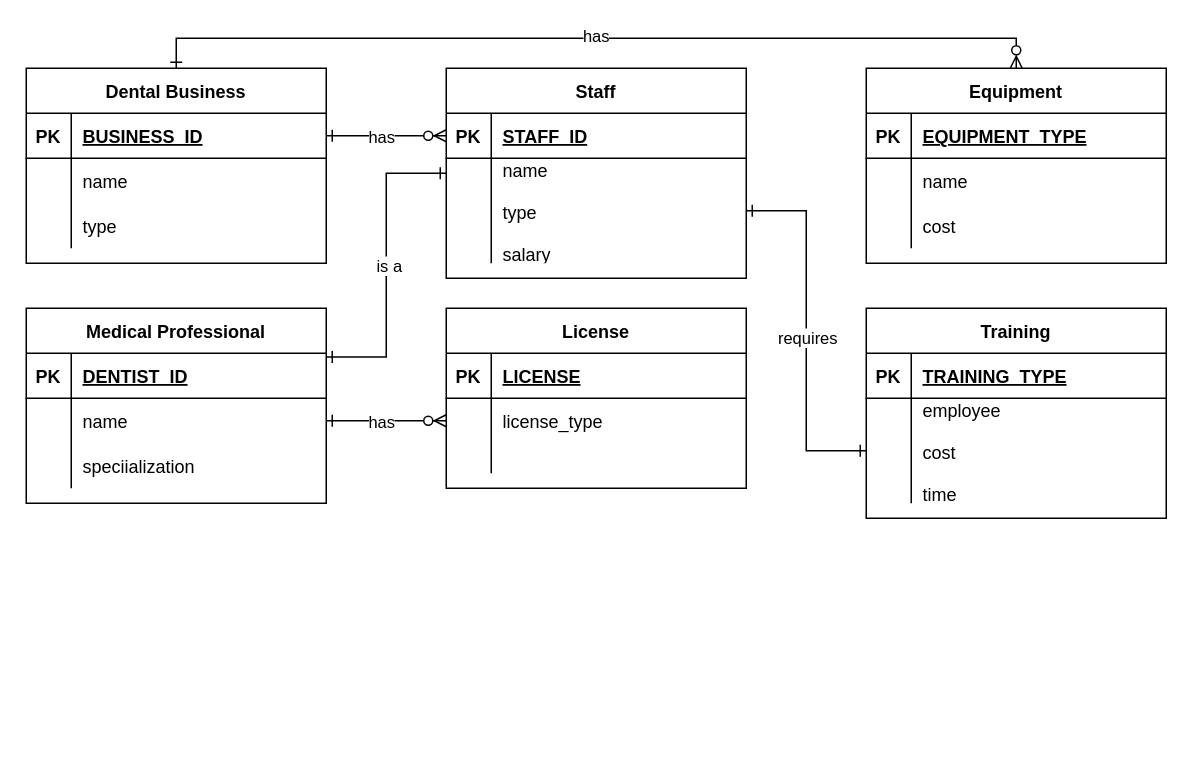
Before: hw1.drawio in khiro-ptera/cs585, a draw.io diagram. Source tidied: cells renumbered, new cells numbered last; positions are measured from the earlier drawing's top-left corner, leaving out a move shared by most shapes. Both pictures are drawn from the tidied source at 150%, with x=0, y=0 at pixel (26, 68).
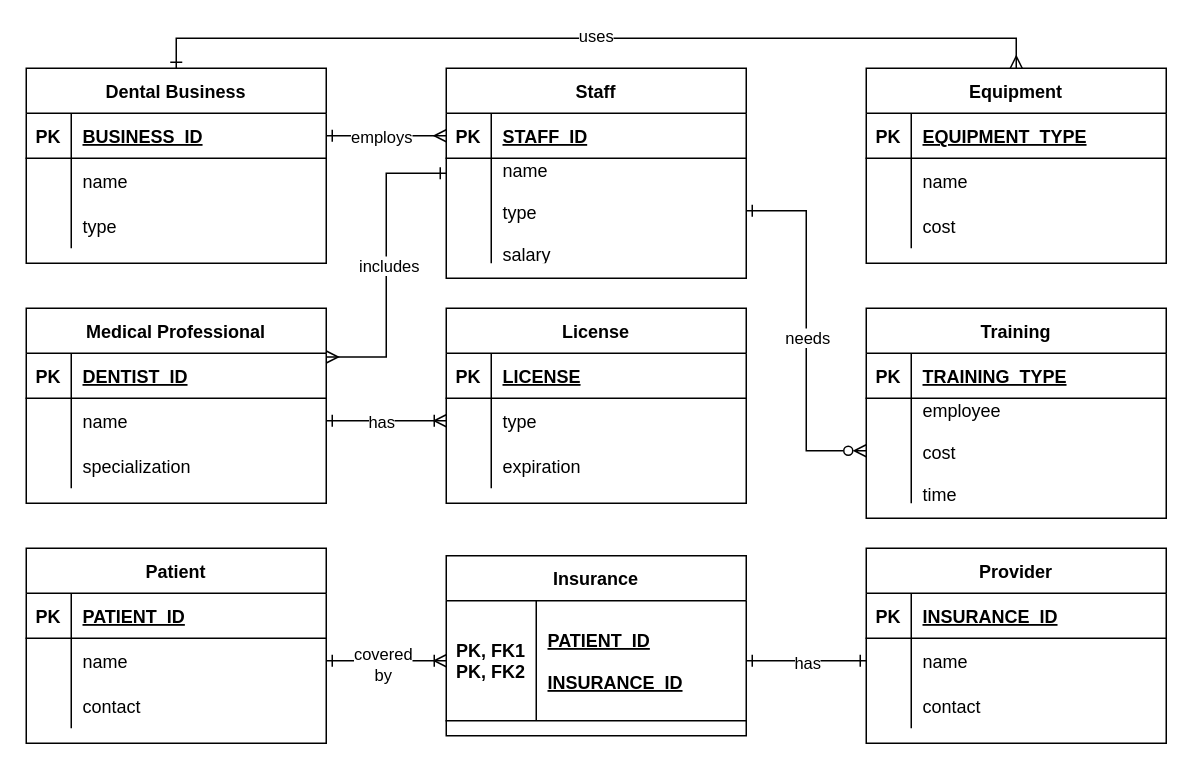
After the change.

Unchanged cells that the change refers to:
```xml
<mxCell id="8" value="Staff" style="shape=table;startSize=30;childLayout=tableLayout;rowLines=0;fontStyle=1;align=center;" parent="1" vertex="1">
  <mxGeometry x="280" width="200" height="140" as="geometry" />
</mxCell>
<mxCell id="9" style="shape=partialRectangle;fillColor=none;points=[[0,0.5],[1,0.5]];portConstraint=eastwest;top=0;left=0;right=0;bottom=1;" parent="8" vertex="1">
  <mxGeometry y="30" width="200" height="30" as="geometry" />
</mxCell>
<mxCell id="12" style="shape=partialRectangle;fillColor=none;points=[[0,0.5],[1,0.5]];portConstraint=eastwest;top=0;left=0;right=0;bottom=0;" parent="8" vertex="1">
  <mxGeometry y="60" width="200" height="70" as="geometry" />
</mxCell>
<mxCell id="19" style="shape=partialRectangle;fillColor=none;points=[[0,0.5],[1,0.5]];portConstraint=eastwest;top=0;left=0;right=0;bottom=0;" parent="15" vertex="1">
  <mxGeometry y="60" width="200" height="30" as="geometry" />
</mxCell>
<mxCell id="27" value="Dental Business" style="shape=table;startSize=30;childLayout=tableLayout;rowLines=0;fontStyle=1;align=center;" parent="1" vertex="1">
  <mxGeometry width="200" height="130" as="geometry" />
</mxCell>
<mxCell id="28" style="shape=partialRectangle;fillColor=none;points=[[0,0.5],[1,0.5]];portConstraint=eastwest;top=0;left=0;right=0;bottom=1;" parent="27" vertex="1">
  <mxGeometry y="30" width="200" height="30" as="geometry" />
</mxCell>
<mxCell id="37" value="Medical Professional" style="shape=table;startSize=30;childLayout=tableLayout;rowLines=0;fontStyle=1;align=center;" parent="1" vertex="1">
  <mxGeometry y="160" width="200" height="130" as="geometry" />
</mxCell>
<mxCell id="41" style="shape=partialRectangle;fillColor=none;points=[[0,0.5],[1,0.5]];portConstraint=eastwest;top=0;left=0;right=0;bottom=0;" parent="37" vertex="1">
  <mxGeometry y="60" width="200" height="30" as="geometry" />
</mxCell>
<mxCell id="44" style="shape=partialRectangle;fillColor=none;top=0;left=0;right=0;bottom=0;" parent="37" vertex="1">
  <mxGeometry y="90" width="200" height="30" as="geometry" />
</mxCell>
<mxCell id="48" value="Equipment" style="shape=table;startSize=30;childLayout=tableLayout;rowLines=0;fontStyle=1;align=center;" parent="1" vertex="1">
  <mxGeometry x="560" width="200" height="130" as="geometry" />
</mxCell>
<mxCell id="62" style="shape=partialRectangle;fillColor=none;points=[[0,0.5],[1,0.5]];portConstraint=eastwest;top=0;left=0;right=0;bottom=0;" parent="58" vertex="1">
  <mxGeometry y="60" width="200" height="70" as="geometry" />
</mxCell>
```

What changed in the source:
```diff
@@
-    <mxCell id="2" style="edgeStyle=entityRelationEdgeStyle;endArrow=ERzeroToMany;startArrow=ERone;endFill=1;startFill=0;entryX=0;entryY=0.5;entryDx=0;entryDy=0;" parent="1" edge="1" source="28" target="9">
+    <mxCell id="2" style="edgeStyle=entityRelationEdgeStyle;endArrow=ERmany;startArrow=ERone;endFill=0;startFill=0;entryX=0;entryY=0.5;entryDx=0;entryDy=0;" parent="1" edge="1" source="28" target="9">
       <mxGeometry relative="1" as="geometry" />
     </mxCell>
-    <mxCell id="3" value="has" style="edgeLabel;html=1;align=center;verticalAlign=middle;" parent="2" vertex="1">
+    <mxCell id="3" value="employs" style="edgeLabel;html=1;align=center;verticalAlign=middle;" parent="2" vertex="1">
       <mxGeometry x="-0.07" relative="1" as="geometry">
         <mxPoint x="-1" as="offset" />
       </mxGeometry>
     </mxCell>
-    <mxCell id="4" style="edgeStyle=entityRelationEdgeStyle;endArrow=ERzeroToMany;startArrow=ERone;endFill=1;startFill=0;entryX=0;entryY=0.5;entryDx=0;entryDy=0;exitX=1;exitY=0.5;exitDx=0;exitDy=0;" parent="1" edge="1" source="41" target="19">
+    <mxCell id="4" style="edgeStyle=entityRelationEdgeStyle;endArrow=ERoneToMany;startArrow=ERone;endFill=0;startFill=0;entryX=0;entryY=0.5;entryDx=0;entryDy=0;exitX=1;exitY=0.5;exitDx=0;exitDy=0;" parent="1" edge="1" source="41" target="19">
       <mxGeometry relative="1" as="geometry" />
     </mxCell>
@@
-    <mxCell id="6" style="edgeStyle=orthogonalEdgeStyle;rounded=0;jettySize=auto;html=1;entryX=1;entryY=0.25;entryDx=0;entryDy=0;endArrow=ERone;endFill=0;startArrow=ERone;startFill=0;" parent="1" edge="1" source="8" target="37">
+    <mxCell id="6" style="edgeStyle=orthogonalEdgeStyle;rounded=0;jettySize=auto;html=1;entryX=1;entryY=0.25;entryDx=0;entryDy=0;endArrow=ERmany;endFill=0;startArrow=ERone;startFill=0;" parent="1" edge="1" source="8" target="37">
       <mxGeometry relative="1" as="geometry" />
     </mxCell>
-    <mxCell id="7" value="is a" style="edgeLabel;html=1;align=center;verticalAlign=middle;" parent="6" vertex="1">
+    <mxCell id="7" value="includes" style="edgeLabel;html=1;align=center;verticalAlign=middle;" parent="6" vertex="1">
       <mxGeometry x="0.25" y="1" relative="1" as="geometry">
         <mxPoint y="-26" as="offset" />
       </mxGeometry>
     </mxCell>
@@
     <mxCell id="15" value="License" style="shape=table;startSize=30;childLayout=tableLayout;rowLines=0;fontStyle=1;align=center;" parent="1" vertex="1">
-      <mxGeometry x="280" y="160" width="200" height="120" as="geometry" />
+      <mxGeometry x="280" y="160" width="200" height="130" as="geometry" />
     </mxCell>
@@
-    <mxCell id="21" value="license_type" style="shape=partialRectangle;overflow=hidden;fillColor=none;top=0;left=0;bottom=0;right=0;align=left;spacingLeft=6;" parent="19" vertex="1">
+    <mxCell id="21" value="type" style="shape=partialRectangle;overflow=hidden;fillColor=none;top=0;left=0;bottom=0;right=0;align=left;spacingLeft=6;" parent="19" vertex="1">
       <mxGeometry x="30" width="170" height="30" as="geometry" />
     </mxCell>
     <mxCell id="22" style="shape=partialRectangle;fillColor=none;top=0;left=0;right=0;bottom=0;" parent="15" vertex="1">
-      <mxGeometry y="90" width="200" height="20" as="geometry" />
+      <mxGeometry y="90" width="200" height="30" as="geometry" />
     </mxCell>
     <mxCell id="23" style="shape=partialRectangle;overflow=hidden;fillColor=none;top=0;left=0;bottom=0;right=0;" parent="22" vertex="1">
-      <mxGeometry width="30" height="20" as="geometry" />
+      <mxGeometry width="30" height="30" as="geometry" />
     </mxCell>
-    <mxCell id="24" style="shape=partialRectangle;overflow=hidden;fillColor=none;top=0;left=0;bottom=0;right=0;align=left;spacingLeft=6;" parent="22" vertex="1">
-      <mxGeometry x="30" width="170" height="20" as="geometry" />
+    <mxCell id="24" value="expiration" style="shape=partialRectangle;overflow=hidden;fillColor=none;top=0;left=0;bottom=0;right=0;align=left;spacingLeft=6;" parent="22" vertex="1">
+      <mxGeometry x="30" width="170" height="30" as="geometry" />
     </mxCell>
-    <mxCell id="25" style="edgeStyle=orthogonalEdgeStyle;rounded=0;jettySize=auto;html=1;exitX=0.5;exitY=0;exitDx=0;exitDy=0;entryX=0.5;entryY=0;entryDx=0;entryDy=0;endArrow=ERzeroToMany;endFill=0;startArrow=ERone;startFill=0;" parent="1" edge="1" source="27" target="48">
+    <mxCell id="25" style="edgeStyle=orthogonalEdgeStyle;rounded=0;jettySize=auto;html=1;exitX=0.5;exitY=0;exitDx=0;exitDy=0;entryX=0.5;entryY=0;entryDx=0;entryDy=0;endArrow=ERmany;endFill=0;startArrow=ERone;startFill=0;" parent="1" edge="1" source="27" target="48">
       <mxGeometry relative="1" as="geometry" />
     </mxCell>
-    <mxCell id="26" value="has" style="edgeLabel;html=1;align=center;verticalAlign=middle;" parent="25" vertex="1">
+    <mxCell id="26" value="uses" style="edgeLabel;html=1;align=center;verticalAlign=middle;" parent="25" vertex="1">
       <mxGeometry x="-0.08" y="2" relative="1" as="geometry">
         <mxPoint x="23" as="offset" />
       </mxGeometry>
     </mxCell>
@@
-    <mxCell id="46" value="speciialization" style="shape=partialRectangle;overflow=hidden;fillColor=none;top=0;left=0;bottom=0;right=0;align=left;spacingLeft=6;" parent="44" vertex="1">
+    <mxCell id="46" value="specialization" style="shape=partialRectangle;overflow=hidden;fillColor=none;top=0;left=0;bottom=0;right=0;align=left;spacingLeft=6;" parent="44" vertex="1">
       <mxGeometry x="30" width="170" height="30" as="geometry" />
     </mxCell>
@@
-    <mxCell id="65" style="edgeStyle=orthogonalEdgeStyle;rounded=0;jettySize=auto;html=1;exitX=1;exitY=0.5;exitDx=0;exitDy=0;entryX=0;entryY=0.5;entryDx=0;entryDy=0;endArrow=ERone;endFill=0;startArrow=ERone;startFill=0;" parent="1" edge="1" source="12" target="62">
+    <mxCell id="65" style="edgeStyle=orthogonalEdgeStyle;rounded=0;jettySize=auto;html=1;exitX=1;exitY=0.5;exitDx=0;exitDy=0;entryX=0;entryY=0.5;entryDx=0;entryDy=0;endArrow=ERzeroToMany;endFill=0;startArrow=ERone;startFill=0;" parent="1" edge="1" source="12" target="62">
       <mxGeometry relative="1" as="geometry" />
     </mxCell>
-    <mxCell id="66" value="requires" style="edgeLabel;html=1;align=center;verticalAlign=middle;" parent="65" vertex="1">
+    <mxCell id="66" value="needs" style="edgeLabel;html=1;align=center;verticalAlign=middle;" parent="65" vertex="1">
       <mxGeometry x="0.03" relative="1" as="geometry" />
     </mxCell>
+    <mxCell id="67" value="Patient" style="shape=table;startSize=30;childLayout=tableLayout;rowLines=0;fontStyle=1;align=center;" parent="1" vertex="1">
+      <mxGeometry y="320" width="200" height="130" as="geometry" />
+    </mxCell>
+    <mxCell id="68" style="shape=partialRectangle;fillColor=none;top=0;left=0;right=0;bottom=1;" parent="67" vertex="1">
+      <mxGeometry y="30" width="200" height="30" as="geometry" />
+    </mxCell>
+    <mxCell id="69" value="PK" style="shape=partialRectangle;overflow=hidden;fillColor=none;top=0;left=0;bottom=0;right=0;fontStyle=1;" parent="68" vertex="1">
+      <mxGeometry width="30" height="30" as="geometry" />
+    </mxCell>
+    <mxCell id="70" value="PATIENT_ID" style="shape=partialRectangle;overflow=hidden;fillColor=none;top=0;left=0;bottom=0;right=0;align=left;spacingLeft=6;fontStyle=5;" parent="68" vertex="1">
+      <mxGeometry x="30" width="170" height="30" as="geometry" />
+    </mxCell>
+    <mxCell id="71" style="shape=partialRectangle;fillColor=none;points=[[0,0.5],[1,0.5]];portConstraint=eastwest;top=0;left=0;right=0;bottom=0;" parent="67" vertex="1">
+      <mxGeometry y="60" width="200" height="30" as="geometry" />
+    </mxCell>
+    <mxCell id="72" style="shape=partialRectangle;overflow=hidden;fillColor=none;top=0;left=0;bottom=0;right=0;" parent="71" vertex="1">
+      <mxGeometry width="30" height="30" as="geometry" />
+    </mxCell>
+    <mxCell id="73" value="name" style="shape=partialRectangle;overflow=hidden;fillColor=none;top=0;left=0;bottom=0;right=0;align=left;spacingLeft=6;" parent="71" vertex="1">
+      <mxGeometry x="30" width="170" height="30" as="geometry" />
+    </mxCell>
+    <mxCell id="74" style="shape=partialRectangle;fillColor=none;top=0;left=0;right=0;bottom=0;" parent="67" vertex="1">
+      <mxGeometry y="90" width="200" height="30" as="geometry" />
+    </mxCell>
+    <mxCell id="75" style="shape=partialRectangle;overflow=hidden;fillColor=none;top=0;left=0;bottom=0;right=0;" parent="74" vertex="1">
+      <mxGeometry width="30" height="30" as="geometry" />
+    </mxCell>
+    <mxCell id="76" value="contact" style="shape=partialRectangle;overflow=hidden;fillColor=none;top=0;left=0;bottom=0;right=0;align=left;spacingLeft=6;" parent="74" vertex="1">
+      <mxGeometry x="30" width="170" height="30" as="geometry" />
+    </mxCell>
+    <mxCell id="77" value="Insurance" style="shape=table;startSize=30;childLayout=tableLayout;rowLines=0;fontStyle=1;align=center;" parent="1" vertex="1">
+      <mxGeometry x="280" y="325" width="200" height="120" as="geometry" />
+    </mxCell>
+    <mxCell id="78" style="shape=partialRectangle;fillColor=none;points=[[0,0.5],[1,0.5]];portConstraint=eastwest;top=0;left=0;right=0;bottom=1;" parent="77" vertex="1">
+      <mxGeometry y="30" width="200" height="80" as="geometry" />
+    </mxCell>
+    <mxCell id="79" value="PK, FK1&#10;PK, FK2" style="shape=partialRectangle;overflow=hidden;fillColor=none;top=0;left=0;bottom=0;right=0;fontStyle=1;" parent="78" vertex="1">
+      <mxGeometry width="60" height="80" as="geometry" />
+    </mxCell>
+    <mxCell id="80" value="PATIENT_ID&#10;&#10;INSURANCE_ID" style="shape=partialRectangle;overflow=hidden;fillColor=none;top=0;left=0;bottom=0;right=0;align=left;spacingLeft=6;fontStyle=5;" parent="78" vertex="1">
+      <mxGeometry x="60" width="140" height="80" as="geometry" />
+    </mxCell>
+    <mxCell id="81" style="edgeStyle=orthogonalEdgeStyle;rounded=0;jettySize=auto;html=1;exitX=1;exitY=0.5;exitDx=0;exitDy=0;entryX=0;entryY=0.5;entryDx=0;entryDy=0;endArrow=ERoneToMany;endFill=0;startArrow=ERone;startFill=0;" parent="1" edge="1" source="71" target="78">
+      <mxGeometry relative="1" as="geometry" />
+    </mxCell>
+    <mxCell id="82" value="covered&lt;div&gt;by&lt;/div&gt;" style="edgeLabel;html=1;align=center;verticalAlign=middle;" parent="81" vertex="1">
+      <mxGeometry x="-0.08" y="-2" relative="1" as="geometry" />
+    </mxCell>
+    <mxCell id="83" value="Provider" style="shape=table;startSize=30;childLayout=tableLayout;rowLines=0;fontStyle=1;align=center;" parent="1" vertex="1">
+      <mxGeometry x="560" y="320" width="200" height="130" as="geometry" />
+    </mxCell>
+    <mxCell id="84" style="shape=partialRectangle;fillColor=none;top=0;left=0;right=0;bottom=1;" parent="83" vertex="1">
+      <mxGeometry y="30" width="200" height="30" as="geometry" />
+    </mxCell>
+    <mxCell id="85" value="PK" style="shape=partialRectangle;overflow=hidden;fillColor=none;top=0;left=0;bottom=0;right=0;fontStyle=1;" parent="84" vertex="1">
+      <mxGeometry width="30" height="30" as="geometry" />
+    </mxCell>
+    <mxCell id="86" value="INSURANCE_ID" style="shape=partialRectangle;overflow=hidden;fillColor=none;top=0;left=0;bottom=0;right=0;align=left;spacingLeft=6;fontStyle=5;" parent="84" vertex="1">
+      <mxGeometry x="30" width="170" height="30" as="geometry" />
+    </mxCell>
+    <mxCell id="87" style="shape=partialRectangle;fillColor=none;points=[[0,0.5],[1,0.5]];portConstraint=eastwest;top=0;left=0;right=0;bottom=0;" parent="83" vertex="1">
+      <mxGeometry y="60" width="200" height="30" as="geometry" />
+    </mxCell>
+    <mxCell id="88" style="shape=partialRectangle;overflow=hidden;fillColor=none;top=0;left=0;bottom=0;right=0;" parent="87" vertex="1">
+      <mxGeometry width="30" height="30" as="geometry" />
+    </mxCell>
+    <mxCell id="89" value="name" style="shape=partialRectangle;overflow=hidden;fillColor=none;top=0;left=0;bottom=0;right=0;align=left;spacingLeft=6;" parent="87" vertex="1">
+      <mxGeometry x="30" width="170" height="30" as="geometry" />
+    </mxCell>
+    <mxCell id="90" style="shape=partialRectangle;fillColor=none;top=0;left=0;right=0;bottom=0;" parent="83" vertex="1">
+      <mxGeometry y="90" width="200" height="30" as="geometry" />
+    </mxCell>
+    <mxCell id="91" style="shape=partialRectangle;overflow=hidden;fillColor=none;top=0;left=0;bottom=0;right=0;" parent="90" vertex="1">
+      <mxGeometry width="30" height="30" as="geometry" />
+    </mxCell>
+    <mxCell id="92" value="contact" style="shape=partialRectangle;overflow=hidden;fillColor=none;top=0;left=0;bottom=0;right=0;align=left;spacingLeft=6;" parent="90" vertex="1">
+      <mxGeometry x="30" width="170" height="30" as="geometry" />
+    </mxCell>
+    <mxCell id="93" style="edgeStyle=orthogonalEdgeStyle;rounded=0;jettySize=auto;html=1;exitX=1;exitY=0.5;exitDx=0;exitDy=0;entryX=0;entryY=0.5;entryDx=0;entryDy=0;endArrow=ERone;endFill=0;startArrow=ERone;startFill=0;" parent="1" edge="1" source="78" target="87">
+      <mxGeometry relative="1" as="geometry" />
+    </mxCell>
+    <mxCell id="94" value="has" style="edgeLabel;html=1;align=center;verticalAlign=middle;" parent="93" vertex="1">
+      <mxGeometry x="0.01" y="-1" relative="1" as="geometry" />
+    </mxCell>
```
